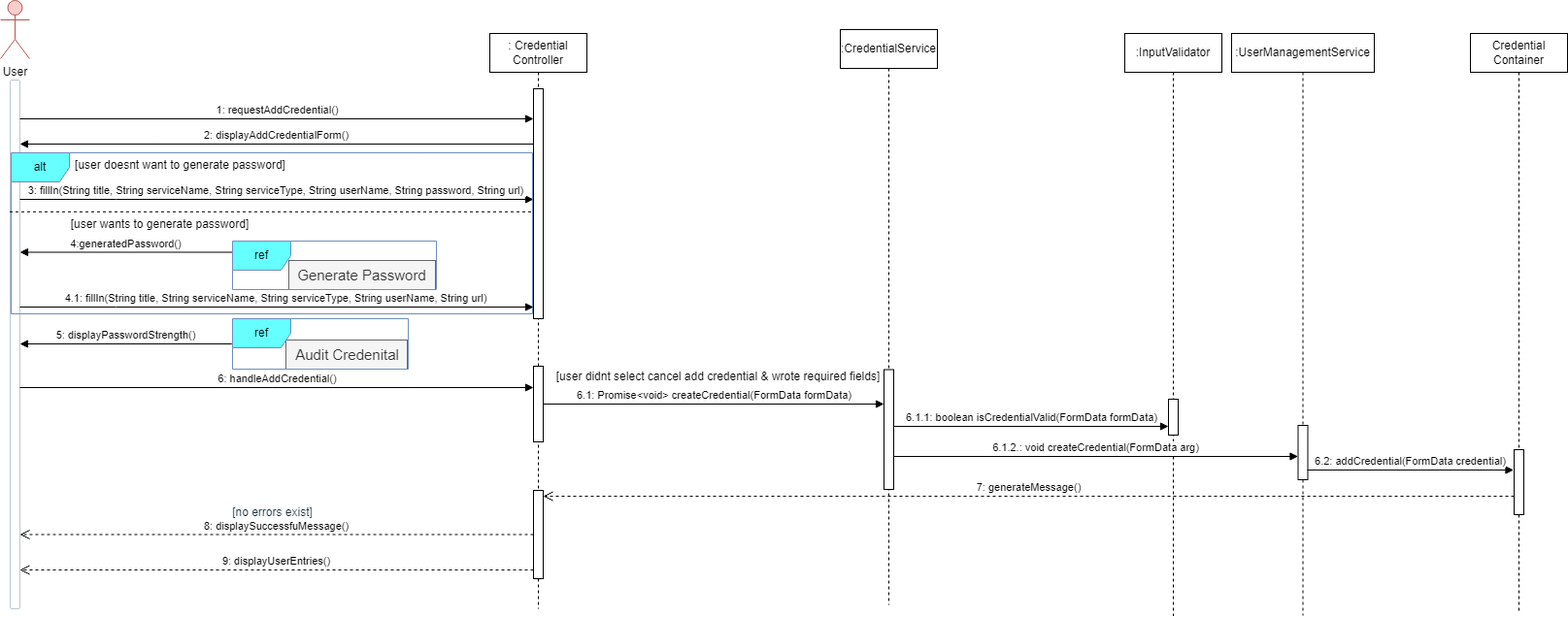
NemesisXVll/SDPGroupRepo keeps this draw.io diagram as Diagrams/Add Credential.drawio.png. Above is the earlier version. Source tidied: cells renumbered, new cells last; positions are measured from the earlier drawing's top-left corner, leaving out a move shared by most shapes.
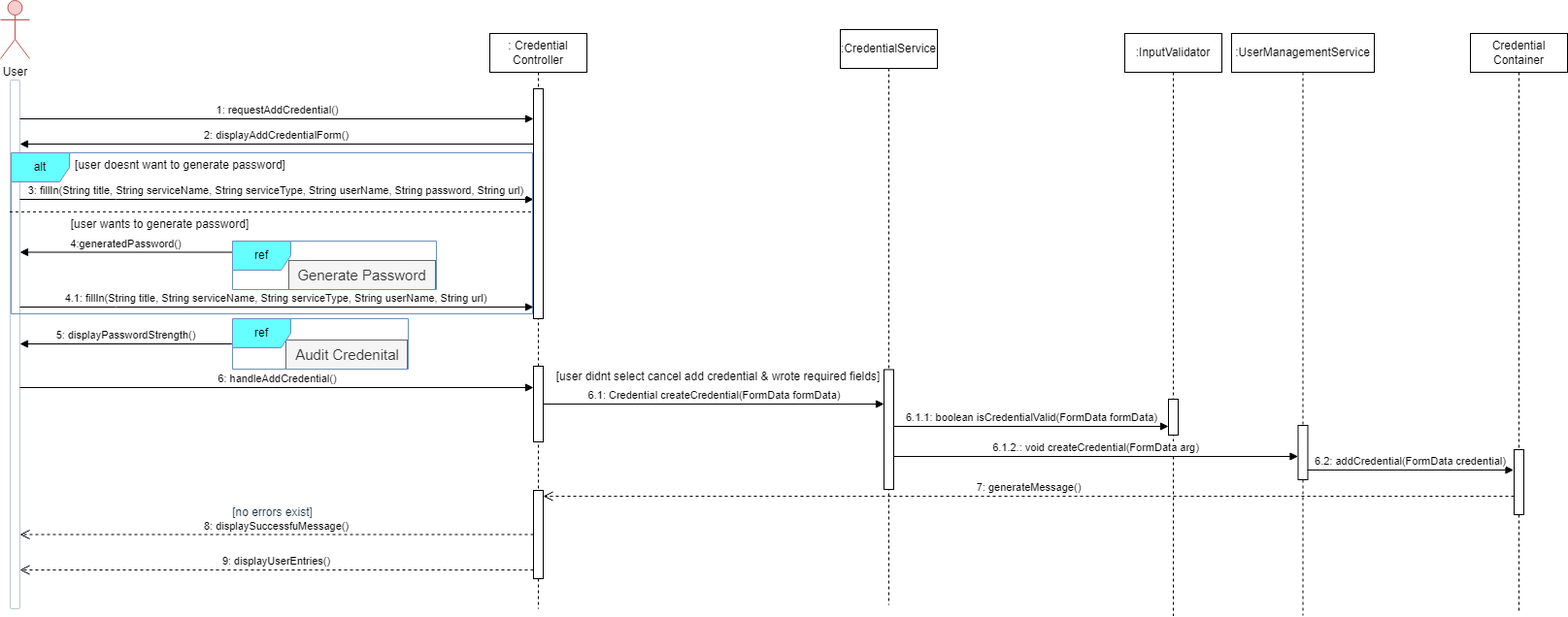
The same file after the commit.

Diff of the diagram source:
```diff
@@ -1,4 +1,4 @@
-<mxGraphModel background="#FFFFFF">
+<mxGraphModel background="#ffffff">
   <root>
     <mxCell id="0" />
     <mxCell id="1" parent="0" />
@@ -110,7 +110,7 @@
     <mxCell id="31" value="ref" style="shape=umlFrame;whiteSpace=wrap;html=1;fillColor=#66FFFF;strokeColor=#6c8ebf;" parent="29" vertex="1">
       <mxGeometry width="210" height="50" as="geometry" />
     </mxCell>
-    <mxCell id="32" value="6.1: Promise&amp;lt;void&amp;gt; createCredential(FormData formData)" style="html=1;verticalAlign=bottom;endArrow=block;curved=0;rounded=0;" parent="1" edge="1" source="6" target="13">
+    <mxCell id="32" value="6.1: Credential createCredential(FormData formData)" style="html=1;verticalAlign=bottom;endArrow=block;curved=0;rounded=0;" parent="1" edge="1" source="6" target="13">
       <mxGeometry relative="1" as="geometry" />
     </mxCell>
     <mxCell id="33" value="6.1.2.: void createCredential(FormData arg)" style="html=1;verticalAlign=bottom;endArrow=block;curved=0;rounded=0;" parent="1" edge="1" target="11">
```
